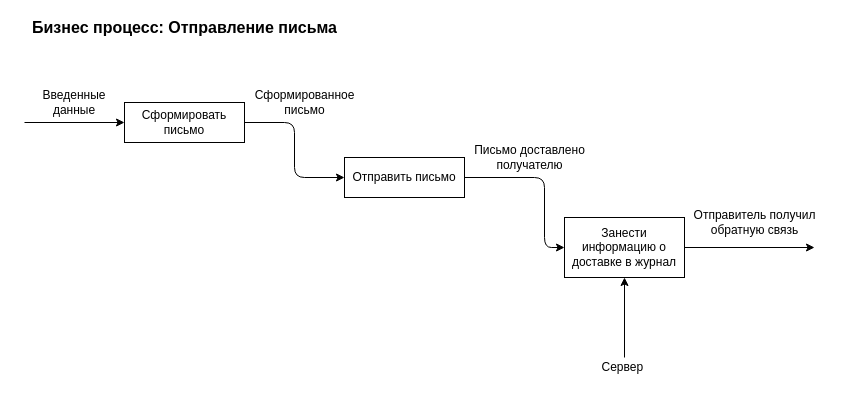
The draw.io diagram Схемы, диаграммы/Функциональная модель/Главная диаграмма.drawio in R0bari/MessageDeliveryService, before the edit. Source tidied: cells renumbered, new cells numbered last; positions are measured from the earlier drawing's top-left corner, leaving out a move shared by most shapes. Both pictures are drawn from the tidied source at 100%, with x=0, y=0 at pixel (24, 17).
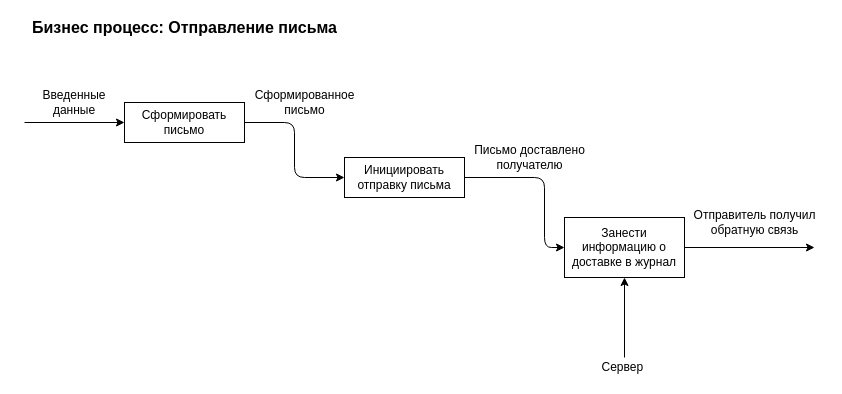
The same page after the edit.

Diff of the diagram source:
```diff
@@
-    <mxCell id="5" value="Отправить письмо" style="rounded=0;whiteSpace=wrap;html=1;" parent="1" vertex="1">
+    <mxCell id="5" value="Инициировать отправку письма" style="rounded=0;whiteSpace=wrap;html=1;" parent="1" vertex="1">
       <mxGeometry x="320" y="140" width="120" height="40" as="geometry" />
     </mxCell>
```
